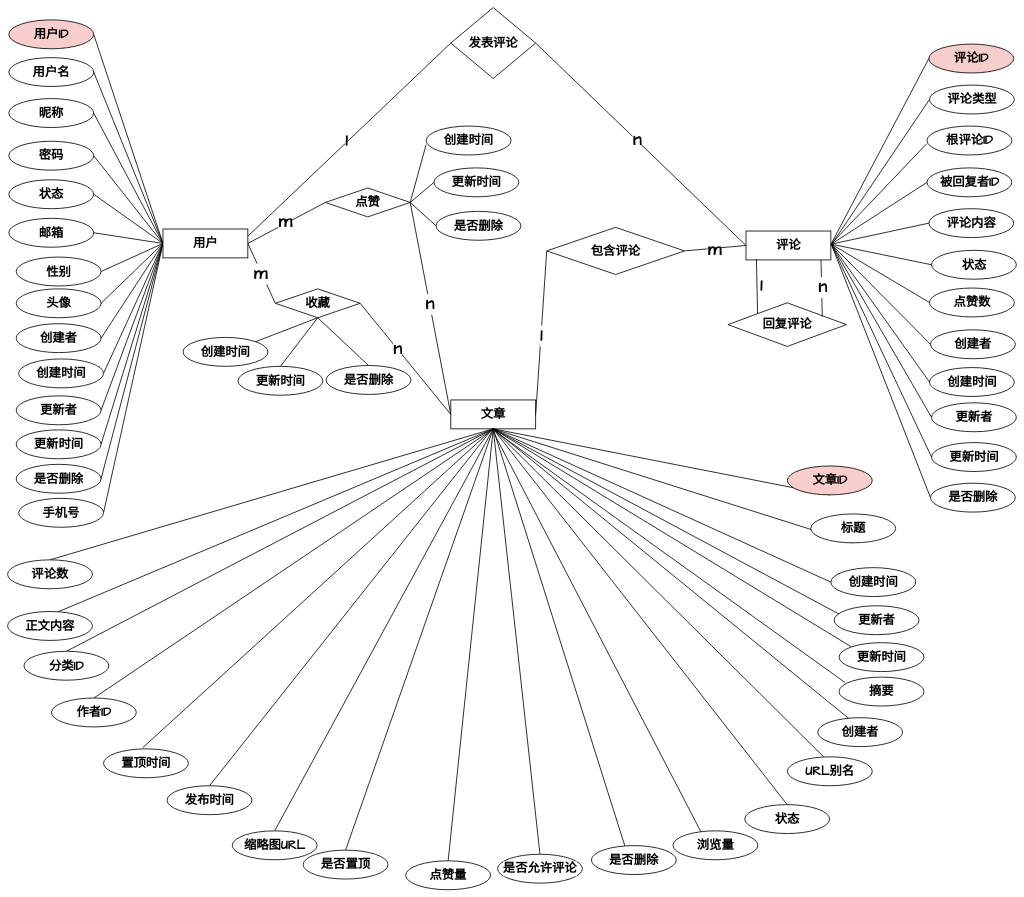
Before: graph/社交互动模块ER图.drawio in zhangbird050801/bird-blog, a draw.io diagram. Source tidied: cells renumbered, new cells numbered last; positions are measured from the earlier drawing's top-left corner, leaving out a move shared by most shapes. Both pictures are drawn from the tidied source at 41%, with x=0, y=0 at pixel (7, 7).
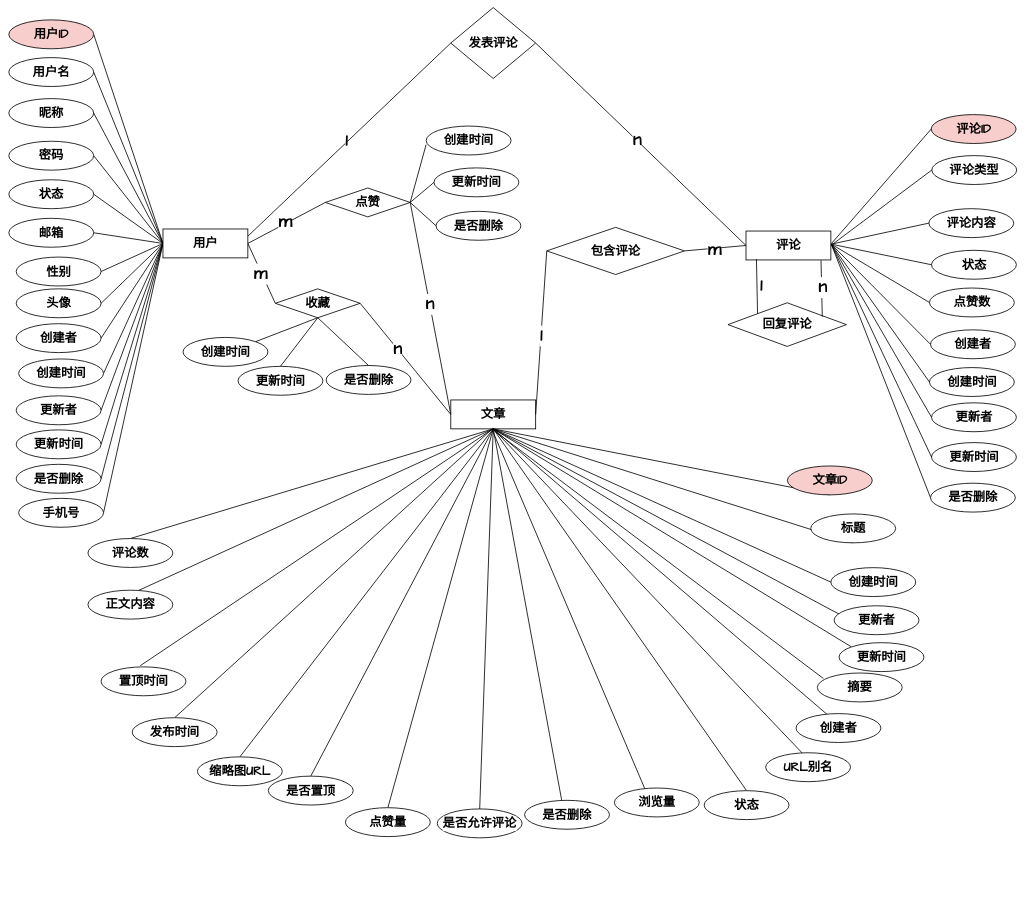
Above is the later version.

Commit message:
更新社交互动模块ER图.drawio

Unchanged cells that the change refers to:
```xml
<mxCell id="41" value="文章" style="rounded=0;whiteSpace=wrap;html=1;fontSize=30;fontFamily=Comic Sans MS;fontStyle=1;strokeColor=default;align=center;verticalAlign=middle;fontColor=default;labelBackgroundColor=default;strokeWidth=2;" parent="1" vertex="1">
  <mxGeometry x="1081" y="957" width="207" height="70.5" as="geometry" />
</mxCell>
```

Change to the diagram source:
```diff
@@
     <mxCell id="45" value="URL别名" style="whiteSpace=wrap;html=1;shape=ellipse;perimeter=ellipsePerimeter;fontSize=30;fontFamily=Comic Sans MS;fontStyle=1;rounded=0;strokeColor=default;align=center;verticalAlign=middle;fontColor=default;labelBackgroundColor=default;strokeWidth=2;" parent="1" vertex="1">
-      <mxGeometry x="1902" y="1827.5" width="207" height="70.5" as="geometry" />
+      <mxGeometry x="1849" y="1817.5" width="207" height="70.5" as="geometry" />
     </mxCell>
-    <mxCell id="46" style="rounded=0;jettySize=auto;html=1;exitX=0.5;exitY=0;exitDx=0;exitDy=0;entryX=0.5;entryY=1;entryDx=0;entryDy=0;endArrow=none;endFill=0;fontSize=30;fontFamily=Comic Sans MS;fontStyle=1;strokeColor=default;align=center;verticalAlign=middle;fontColor=default;labelBackgroundColor=default;strokeWidth=2;" parent="1" edge="1" source="47" target="41">
-      <mxGeometry relative="1" as="geometry" />
-    </mxCell>
-    <mxCell id="47" value="分类ID" style="whiteSpace=wrap;html=1;rounded=0;shape=ellipse;perimeter=ellipsePerimeter;fontSize=30;fontFamily=Comic Sans MS;fontStyle=1;strokeColor=default;align=center;verticalAlign=middle;fontColor=default;labelBackgroundColor=default;strokeWidth=2;" parent="1" vertex="1">
-      <mxGeometry x="40" y="1570" width="207" height="70.5" as="geometry" />
-    </mxCell>
@@
     <mxCell id="49" value="摘要" style="whiteSpace=wrap;html=1;rounded=0;shape=ellipse;perimeter=ellipsePerimeter;fontSize=30;fontFamily=Comic Sans MS;fontStyle=1;strokeColor=default;align=center;verticalAlign=middle;fontColor=default;labelBackgroundColor=default;strokeWidth=2;" parent="1" vertex="1">
-      <mxGeometry x="2028" y="1633" width="207" height="70.5" as="geometry" />
+      <mxGeometry x="1975" y="1623" width="207" height="70.5" as="geometry" />
     </mxCell>
@@
     <mxCell id="57" value="正文内容" style="whiteSpace=wrap;html=1;shape=ellipse;perimeter=ellipsePerimeter;fontSize=30;fontFamily=Comic Sans MS;fontStyle=1;strokeWidth=2;rounded=0;strokeColor=default;align=center;verticalAlign=middle;fontColor=default;labelBackgroundColor=default;" parent="1" vertex="1">
-      <mxGeometry y="1473" width="207" height="70.5" as="geometry" />
+      <mxGeometry x="196" y="1421" width="207" height="70.5" as="geometry" />
     </mxCell>
@@
     <mxCell id="61" value="是否删除" style="whiteSpace=wrap;html=1;shape=ellipse;perimeter=ellipsePerimeter;fontSize=30;fontFamily=Comic Sans MS;fontStyle=1;rounded=0;strokeColor=default;align=center;verticalAlign=middle;fontColor=default;labelBackgroundColor=default;strokeWidth=2;" parent="1" vertex="1">
-      <mxGeometry x="1424" y="2044" width="207" height="70.5" as="geometry" />
+      <mxGeometry x="1261" y="1933.5" width="207" height="70.5" as="geometry" />
     </mxCell>
     <mxCell id="62" value="是否置顶" style="whiteSpace=wrap;html=1;shape=ellipse;perimeter=ellipsePerimeter;fontSize=30;fontFamily=Comic Sans MS;fontStyle=1;rounded=0;strokeColor=default;align=center;verticalAlign=middle;fontColor=default;labelBackgroundColor=default;strokeWidth=2;" parent="1" vertex="1">
-      <mxGeometry x="721" y="2055" width="207" height="70.5" as="geometry" />
+      <mxGeometry x="636" y="1874.5" width="207" height="70.5" as="geometry" />
     </mxCell>
@@
     <mxCell id="64" value="缩略图URL" style="whiteSpace=wrap;html=1;shape=ellipse;perimeter=ellipsePerimeter;fontSize=30;fontFamily=Comic Sans MS;fontStyle=1;rounded=0;strokeColor=default;align=center;verticalAlign=middle;fontColor=default;labelBackgroundColor=default;strokeWidth=2;" parent="1" vertex="1">
-      <mxGeometry x="548" y="2008" width="207" height="70.5" as="geometry" />
+      <mxGeometry x="463" y="1827.5" width="207" height="70.5" as="geometry" />
     </mxCell>
@@
     <mxCell id="66" value="状态" style="whiteSpace=wrap;html=1;rounded=0;shape=ellipse;perimeter=ellipsePerimeter;fontSize=30;fontFamily=Comic Sans MS;fontStyle=1;strokeColor=default;align=center;verticalAlign=middle;fontColor=default;labelBackgroundColor=default;strokeWidth=2;" parent="1" vertex="1">
-      <mxGeometry x="1798" y="1944" width="207" height="70.5" as="geometry" />
+      <mxGeometry x="1699" y="1910" width="207" height="70.5" as="geometry" />
     </mxCell>
-    <mxCell id="67" style="rounded=0;jettySize=auto;html=1;exitX=0.5;exitY=0;exitDx=0;exitDy=0;endArrow=none;endFill=0;fontSize=30;fontFamily=Comic Sans MS;entryX=0.5;entryY=1;entryDx=0;entryDy=0;fontStyle=1;strokeColor=default;align=center;verticalAlign=middle;fontColor=default;labelBackgroundColor=default;strokeWidth=2;" parent="1" edge="1" source="82" target="41">
-      <mxGeometry relative="1" as="geometry" />
-    </mxCell>
     <mxCell id="68" value="是否允许评论" style="whiteSpace=wrap;html=1;shape=ellipse;perimeter=ellipsePerimeter;fontSize=30;fontFamily=Comic Sans MS;fontStyle=1;rounded=0;strokeColor=default;align=center;verticalAlign=middle;fontColor=default;labelBackgroundColor=default;strokeWidth=2;" parent="1" vertex="1">
-      <mxGeometry x="1195" y="2065" width="207" height="70.5" as="geometry" />
+      <mxGeometry x="1048" y="1954.5" width="207" height="70.5" as="geometry" />
     </mxCell>
@@
     <mxCell id="70" value="置顶时间" style="whiteSpace=wrap;html=1;shape=ellipse;perimeter=ellipsePerimeter;fontSize=30;fontFamily=Comic Sans MS;fontStyle=1;rounded=0;strokeColor=default;align=center;verticalAlign=middle;fontColor=default;labelBackgroundColor=default;strokeWidth=2;" parent="1" vertex="1">
-      <mxGeometry x="234" y="1808" width="207" height="70.5" as="geometry" />
+      <mxGeometry x="228" y="1608" width="207" height="70.5" as="geometry" />
     </mxCell>
@@
     <mxCell id="72" value="浏览量" style="whiteSpace=wrap;html=1;shape=ellipse;perimeter=ellipsePerimeter;fontSize=30;fontFamily=Comic Sans MS;fontStyle=1;rounded=0;strokeColor=default;align=center;verticalAlign=middle;fontColor=default;labelBackgroundColor=default;strokeWidth=2;" parent="1" vertex="1">
-      <mxGeometry x="1623" y="2008" width="207" height="70.5" as="geometry" />
+      <mxGeometry x="1480" y="1903.5" width="207" height="70.5" as="geometry" />
     </mxCell>
@@
     <mxCell id="75" value="评论数" style="whiteSpace=wrap;html=1;rounded=0;shape=ellipse;perimeter=ellipsePerimeter;fontSize=30;fontFamily=Comic Sans MS;fontStyle=1;strokeColor=default;align=center;verticalAlign=middle;fontColor=default;labelBackgroundColor=default;strokeWidth=2;" parent="1" vertex="1">
-      <mxGeometry y="1347" width="207" height="70.5" as="geometry" />
+      <mxGeometry x="196" y="1295" width="207" height="70.5" as="geometry" />
     </mxCell>
@@
     <mxCell id="77" value="点赞量" style="whiteSpace=wrap;html=1;shape=ellipse;perimeter=ellipsePerimeter;fontSize=30;fontFamily=Comic Sans MS;fontStyle=1;rounded=0;strokeColor=default;align=center;verticalAlign=middle;fontColor=default;labelBackgroundColor=default;strokeWidth=2;" parent="1" vertex="1">
-      <mxGeometry x="971" y="2081" width="207" height="70.5" as="geometry" />
+      <mxGeometry x="824" y="1951.5" width="207" height="70.5" as="geometry" />
     </mxCell>
     <mxCell id="78" value="发布时间" style="whiteSpace=wrap;html=1;shape=ellipse;perimeter=ellipsePerimeter;fontSize=30;fontFamily=Comic Sans MS;fontStyle=1;rounded=0;strokeColor=default;align=center;verticalAlign=middle;fontColor=default;labelBackgroundColor=default;strokeWidth=2;" parent="1" vertex="1">
-      <mxGeometry x="389" y="1898" width="207" height="70.5" as="geometry" />
+      <mxGeometry x="304" y="1732" width="207" height="70.5" as="geometry" />
     </mxCell>
@@
-    <mxCell id="82" value="作者ID" style="whiteSpace=wrap;html=1;shape=ellipse;perimeter=ellipsePerimeter;fontSize=30;fontFamily=Comic Sans MS;fontStyle=1;rounded=0;strokeColor=default;align=center;verticalAlign=middle;fontColor=default;labelBackgroundColor=default;strokeWidth=2;" parent="1" vertex="1">
-      <mxGeometry x="107" y="1684" width="207" height="70.5" as="geometry" />
-    </mxCell>
@@
     <mxCell id="89" value="创建者" style="ellipse;whiteSpace=wrap;html=1;fontSize=30;fontFamily=Comic Sans MS;fontStyle=1;rounded=0;strokeColor=default;align=center;verticalAlign=middle;fontColor=default;labelBackgroundColor=default;strokeWidth=2;" parent="1" vertex="1">
-      <mxGeometry x="1976" y="1732" width="207" height="70.5" as="geometry" />
+      <mxGeometry x="1923" y="1722" width="207" height="70.5" as="geometry" />
     </mxCell>
     <mxCell id="90" value="评论ID" style="whiteSpace=wrap;html=1;shape=ellipse;perimeter=ellipsePerimeter;fillColor=#f8cecc;strokeColor=default;fontSize=30;fontStyle=1;rounded=0;align=center;verticalAlign=middle;fontFamily=Comic Sans MS;fontColor=default;labelBackgroundColor=none;strokeWidth=2;" parent="1" vertex="1">
-      <mxGeometry x="2247" y="89" width="207" height="70.5" as="geometry" />
+      <mxGeometry x="2252.8" y="261" width="207" height="70.5" as="geometry" />
     </mxCell>
     <mxCell id="91" value="评论类型" style="whiteSpace=wrap;html=1;rounded=0;shape=ellipse;perimeter=ellipsePerimeter;fontSize=30;fontStyle=1;strokeColor=default;align=center;verticalAlign=middle;fontFamily=Comic Sans MS;fontColor=default;labelBackgroundColor=default;strokeWidth=2;" parent="1" vertex="1">
-      <mxGeometry x="2248.5" y="189" width="207" height="70.5" as="geometry" />
+      <mxGeometry x="2254.2" y="361" width="207" height="70.5" as="geometry" />
     </mxCell>
@@
-    <mxCell id="98" value="根评论ID" style="whiteSpace=wrap;html=1;rounded=0;shape=ellipse;perimeter=ellipsePerimeter;fontSize=30;fontStyle=1;strokeColor=default;align=center;verticalAlign=middle;fontFamily=Comic Sans MS;fontColor=default;labelBackgroundColor=default;strokeWidth=2;" parent="1" vertex="1">
-      <mxGeometry x="2242.5" y="289" width="207" height="70.5" as="geometry" />
-    </mxCell>
-    <mxCell id="99" value="被回复者ID" style="whiteSpace=wrap;html=1;rounded=0;shape=ellipse;perimeter=ellipsePerimeter;fontSize=30;fontStyle=1;strokeColor=default;align=center;verticalAlign=middle;fontFamily=Comic Sans MS;fontColor=default;labelBackgroundColor=default;strokeWidth=2;" parent="1" vertex="1">
-      <mxGeometry x="2242.5" y="391" width="207" height="70.5" as="geometry" />
-    </mxCell>
@@
-    <mxCell id="110" style="rounded=0;jettySize=auto;html=1;strokeColor=default;endArrow=none;endFill=0;entryX=1;entryY=0.5;entryDx=0;entryDy=0;exitX=0;exitY=0.5;exitDx=0;exitDy=0;fontSize=30;fontStyle=1;align=center;verticalAlign=middle;fontFamily=Comic Sans MS;fontColor=default;labelBackgroundColor=default;strokeWidth=2;" parent="1" edge="1" source="99">
-      <mxGeometry relative="1" as="geometry">
-        <mxPoint x="2009" y="577" as="targetPoint" />
-      </mxGeometry>
-    </mxCell>
-    <mxCell id="111" style="rounded=0;jettySize=auto;html=1;strokeColor=default;endArrow=none;endFill=0;exitX=-0.004;exitY=0.611;exitDx=0;exitDy=0;exitPerimeter=0;fontSize=30;fontStyle=1;align=center;verticalAlign=middle;fontFamily=Comic Sans MS;fontColor=default;labelBackgroundColor=default;strokeWidth=2;" parent="1" edge="1" source="98">
-      <mxGeometry relative="1" as="geometry">
-        <mxPoint x="2008" y="577" as="targetPoint" />
-      </mxGeometry>
-    </mxCell>
```
